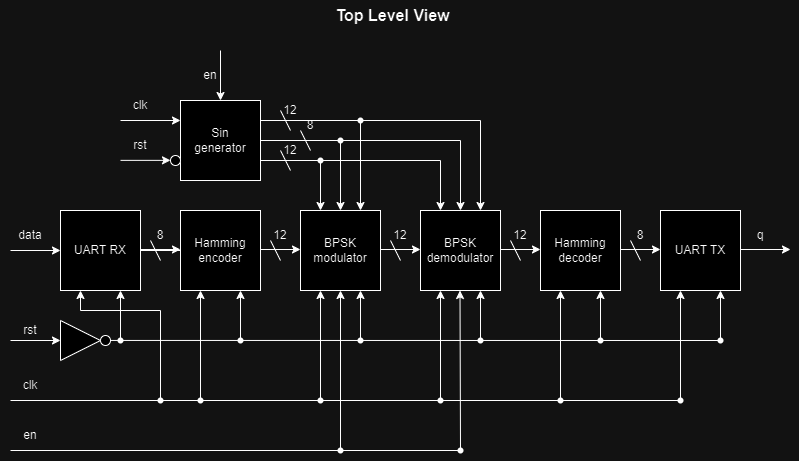
Above: pic/transeiver.drawio.png in RDSik/verilog-transceiver (draw.io), before the change. Source tidied: cells renumbered, new cells last; positions are measured from the earlier drawing's top-left corner, leaving out a move shared by most shapes.
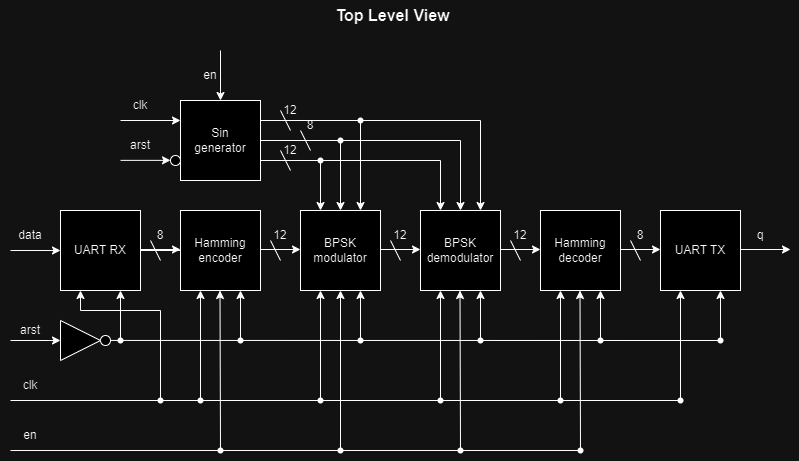
Above is the later version.

Change to the diagram source:
```diff
@@ -67,7 +67,7 @@
         <mxPoint x="790" y="249" as="targetPoint" />
       </mxGeometry>
     </mxCell>
-    <mxCell id="21" value="rst" style="text;html=1;strokeColor=none;fillColor=none;align=center;verticalAlign=middle;whiteSpace=wrap;rounded=0;" parent="1" vertex="1">
+    <mxCell id="21" value="arst" style="text;html=1;strokeColor=none;fillColor=none;align=center;verticalAlign=middle;whiteSpace=wrap;rounded=0;" parent="1" vertex="1">
       <mxGeometry y="315" width="60" height="30" as="geometry" />
     </mxCell>
     <mxCell id="22" style="endArrow=classic;html=1;rounded=0;entryX=0.75;entryY=1;entryDx=0;entryDy=0;" parent="1" edge="1" source="48" target="5">
@@ -395,7 +395,7 @@
         <mxPoint x="170" y="159.9" as="targetPoint" />
       </mxGeometry>
     </mxCell>
-    <mxCell id="90" value="rst" style="text;html=1;strokeColor=none;fillColor=none;align=center;verticalAlign=middle;whiteSpace=wrap;rounded=0;" parent="1" vertex="1">
+    <mxCell id="90" value="arst" style="text;html=1;strokeColor=none;fillColor=none;align=center;verticalAlign=middle;whiteSpace=wrap;rounded=0;" parent="1" vertex="1">
       <mxGeometry x="110" y="130" width="60" height="30" as="geometry" />
     </mxCell>
     <mxCell id="91" style="endArrow=none;html=1;rounded=0;" parent="1" edge="1">
@@ -444,7 +444,7 @@
         <mxPoint x="459.5" y="290" as="targetPoint" />
       </mxGeometry>
     </mxCell>
-    <mxCell id="101" style="endArrow=none;html=1;rounded=0;" parent="1" edge="1" target="102">
+    <mxCell id="101" style="endArrow=none;html=1;rounded=0;" parent="1" edge="1" target="110">
       <mxGeometry relative="1" as="geometry">
         <mxPoint x="10" y="450" as="sourcePoint" />
       </mxGeometry>
@@ -452,9 +452,6 @@
     <mxCell id="102" style="shape=waypoint;sketch=0;fillStyle=solid;size=6;points=[];fillColor=none;perimeter=centerPerimeter;snapToPoint=1;" parent="1" vertex="1">
       <mxGeometry x="330" y="440" width="20" height="20" as="geometry" />
     </mxCell>
-    <mxCell id="103" style="endArrow=none;html=1;rounded=0;" parent="1" edge="1" source="102" target="104">
-      <mxGeometry relative="1" as="geometry" />
-    </mxCell>
     <mxCell id="104" style="shape=waypoint;sketch=0;fillStyle=solid;size=6;points=[];fillColor=none;perimeter=centerPerimeter;snapToPoint=1;" parent="1" vertex="1">
       <mxGeometry x="450" y="440" width="20" height="20" as="geometry" />
     </mxCell>
@@ -466,5 +463,31 @@
     <mxCell id="106" value="en" style="text;html=1;strokeColor=none;fillColor=none;align=center;verticalAlign=middle;whiteSpace=wrap;rounded=0;" parent="1" vertex="1">
       <mxGeometry x="180" y="60" width="60" height="30" as="geometry" />
     </mxCell>
+    <mxCell id="107" style="endArrow=classic;html=1;rounded=0;entryX=0.5;entryY=1;entryDx=0;entryDy=0;" parent="1" edge="1" source="112">
+      <mxGeometry relative="1" as="geometry">
+        <mxPoint x="219.5" y="290" as="targetPoint" />
+      </mxGeometry>
+    </mxCell>
+    <mxCell id="108" style="endArrow=classic;html=1;rounded=0;entryX=0.5;entryY=1;entryDx=0;entryDy=0;" parent="1" edge="1" source="110">
+      <mxGeometry relative="1" as="geometry">
+        <mxPoint x="579.5" y="290" as="targetPoint" />
+      </mxGeometry>
+    </mxCell>
+    <mxCell id="109" style="endArrow=classic;html=1;rounded=0;entryDx=0;entryDy=0;" parent="1" edge="1" target="110">
+      <mxGeometry relative="1" as="geometry">
+        <mxPoint x="579.5" y="450" as="sourcePoint" />
+      </mxGeometry>
+    </mxCell>
+    <mxCell id="110" style="shape=waypoint;sketch=0;fillStyle=solid;size=6;points=[];fillColor=none;perimeter=centerPerimeter;snapToPoint=1;" parent="1" vertex="1">
+      <mxGeometry x="570" y="440" width="20" height="20" as="geometry" />
+    </mxCell>
+    <mxCell id="111" style="endArrow=classic;html=1;rounded=0;entryDx=0;entryDy=0;" parent="1" edge="1" target="112">
+      <mxGeometry relative="1" as="geometry">
+        <mxPoint x="219.5" y="450" as="sourcePoint" />
+      </mxGeometry>
+    </mxCell>
+    <mxCell id="112" style="shape=waypoint;sketch=0;fillStyle=solid;size=6;points=[];fillColor=none;perimeter=centerPerimeter;snapToPoint=1;" parent="1" vertex="1">
+      <mxGeometry x="210" y="440" width="20" height="20" as="geometry" />
+    </mxCell>
   </root>
 </mxGraphModel>
```
